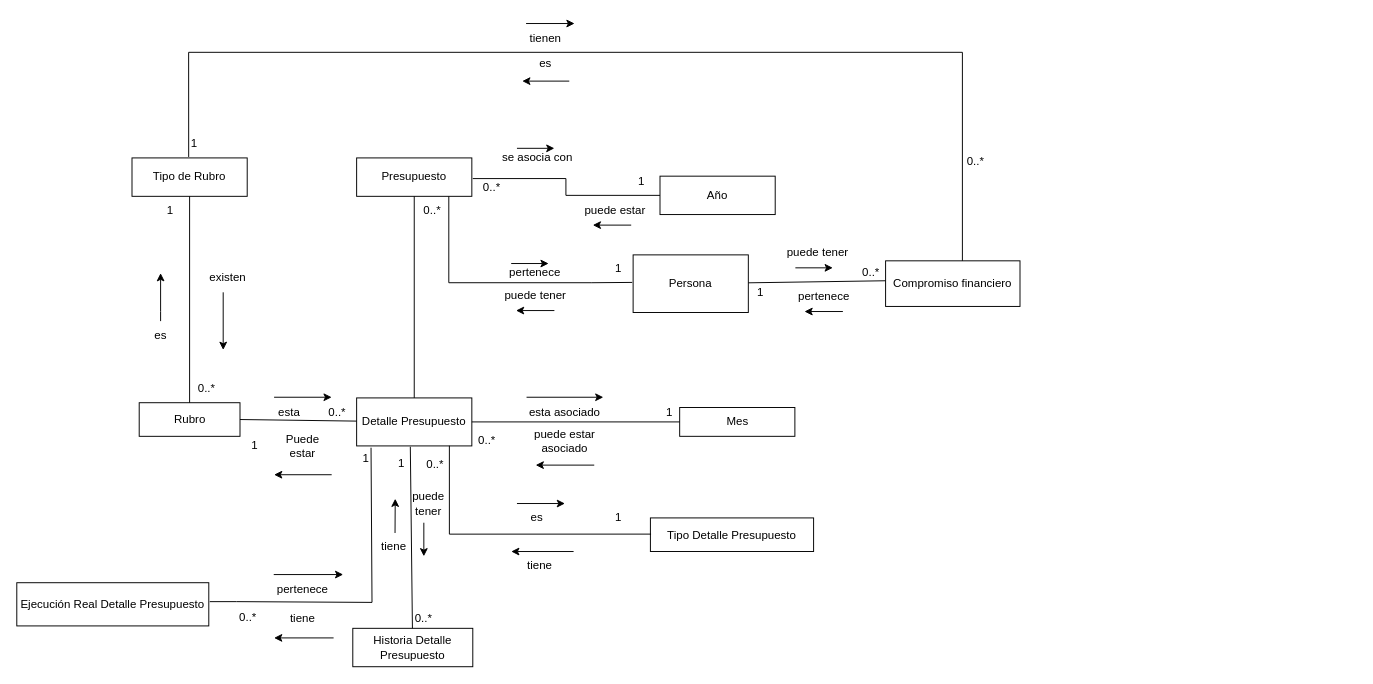
F3liP3L/Proyecto-Documentacion keeps this draw.io diagram as Clase/Modelado de dominio/Modelo anemico/DDD_ModeloAnemico.drawio. Above is the earlier version. Source tidied: cells renumbered, new cells numbered last; positions are measured from the earlier drawing's top-left corner, leaving out a move shared by most shapes. Both pictures are drawn from the tidied source at 96%, with x=0, y=0 at pixel (16, 23).
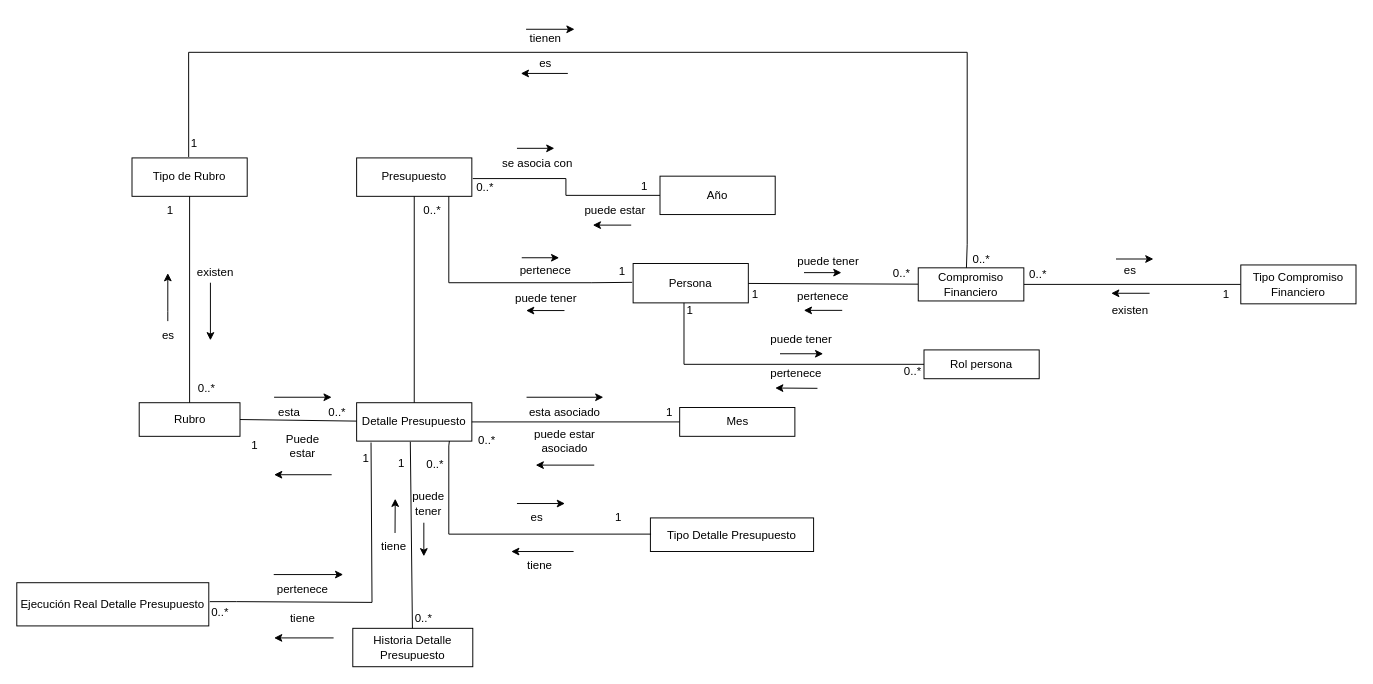
The same diagram, later.

Commit message (it also covers changes not shown here):
actualizando MD de clase y extra-clase mas modelo enriquecido clase

The change refers to these unchanged cells:
```xml
<mxCell id="2" value="Tipo de Rubro" style="rounded=0;whiteSpace=wrap;html=1;" parent="1" vertex="1">
  <mxGeometry x="120" y="140" width="120" height="40" as="geometry" />
</mxCell>
```

What changed in the source:
```diff
@@
     <mxCell id="4" value="Detalle Presupuesto" style="rounded=0;whiteSpace=wrap;html=1;" parent="1" vertex="1">
-      <mxGeometry x="354" y="390" width="120" height="50" as="geometry" />
+      <mxGeometry x="354" y="395" width="120" height="40" as="geometry" />
     </mxCell>
@@
+    <mxCell id="84" style="edgeStyle=none;rounded=0;jettySize=auto;html=1;entryX=0;entryY=0.5;entryDx=0;entryDy=0;entryPerimeter=0;startArrow=none;startFill=0;endArrow=none;endFill=0;" parent="1" edge="1" target="95">
+      <mxGeometry relative="1" as="geometry">
+        <mxPoint x="695" y="290" as="sourcePoint" />
+        <Array as="points">
+          <mxPoint x="695" y="355" />
+        </Array>
+      </mxGeometry>
+    </mxCell>
     <mxCell id="8" value="Persona" style="rounded=0;whiteSpace=wrap;html=1;" parent="1" vertex="1">
-      <mxGeometry x="642" y="241" width="120" height="60" as="geometry" />
+      <mxGeometry x="642" y="250" width="120" height="41" as="geometry" />
     </mxCell>
@@
     <mxCell id="16" style="endArrow=classic;html=1;rounded=0;" parent="1" edge="1">
       <mxGeometry relative="1" as="geometry">
-        <mxPoint x="215" y="280" as="sourcePoint" />
-        <mxPoint x="215" y="340" as="targetPoint" />
+        <mxPoint x="201.7" y="270" as="sourcePoint" />
+        <mxPoint x="201.7" y="330" as="targetPoint" />
       </mxGeometry>
     </mxCell>
     <mxCell id="17" value="existen" style="text;html=1;strokeColor=none;fillColor=none;align=center;verticalAlign=middle;whiteSpace=wrap;rounded=0;" parent="1" vertex="1">
-      <mxGeometry x="190" y="250" width="60" height="30" as="geometry" />
+      <mxGeometry x="181" y="247.2" width="52" height="24" as="geometry" />
     </mxCell>
     <mxCell id="18" value="es" style="text;html=1;strokeColor=none;fillColor=none;align=center;verticalAlign=middle;whiteSpace=wrap;rounded=0;" parent="1" vertex="1">
-      <mxGeometry x="120" y="310" width="60" height="30" as="geometry" />
+      <mxGeometry x="127.5" y="310" width="60" height="30" as="geometry" />
     </mxCell>
     <mxCell id="19" style="endArrow=classic;html=1;rounded=0;" parent="1" edge="1">
       <mxGeometry relative="1" as="geometry">
-        <mxPoint x="149.8" y="310" as="sourcePoint" />
-        <mxPoint x="149.8" y="260" as="targetPoint" />
+        <mxPoint x="157.3" y="310" as="sourcePoint" />
+        <mxPoint x="157.3" y="260" as="targetPoint" />
         <Array as="points">
-          <mxPoint x="149.8" y="300" />
+          <mxPoint x="157.3" y="300" />
         </Array>
       </mxGeometry>
     </mxCell>
@@
     <mxCell id="21" value="0..*" style="text;html=1;strokeColor=none;fillColor=none;align=center;verticalAlign=middle;whiteSpace=wrap;rounded=0;" parent="1" vertex="1">
-      <mxGeometry x="475" y="156.2" width="40" height="30" as="geometry" />
+      <mxGeometry x="468" y="156" width="40" height="30" as="geometry" />
     </mxCell>
     <mxCell id="22" value="1" style="text;html=1;strokeColor=none;fillColor=none;align=center;verticalAlign=middle;whiteSpace=wrap;rounded=0;" parent="1" vertex="1">
-      <mxGeometry x="621" y="150" width="60" height="30" as="geometry" />
+      <mxGeometry x="637" y="160" width="34" height="20" as="geometry" />
     </mxCell>
@@
     <mxCell id="38" value="1" style="text;html=1;strokeColor=none;fillColor=none;align=center;verticalAlign=middle;whiteSpace=wrap;rounded=0;" parent="1" vertex="1">
-      <mxGeometry x="612" y="240" width="30" height="30" as="geometry" />
+      <mxGeometry x="620" y="247.2" width="22" height="22" as="geometry" />
     </mxCell>
     <mxCell id="39" value="pertenece" style="text;html=1;strokeColor=none;fillColor=none;align=center;verticalAlign=middle;whiteSpace=wrap;rounded=0;" parent="1" vertex="1">
-      <mxGeometry x="510" y="250" width="60" height="20" as="geometry" />
+      <mxGeometry x="520.5" y="247.2" width="60" height="20" as="geometry" />
     </mxCell>
     <mxCell id="40" style="endArrow=classic;html=1;rounded=0;" parent="1" edge="1">
       <mxGeometry relative="1" as="geometry">
-        <mxPoint x="560" y="299" as="sourcePoint" />
-        <mxPoint x="520" y="299" as="targetPoint" />
+        <mxPoint x="570.5" y="299" as="sourcePoint" />
+        <mxPoint x="530.5" y="299" as="targetPoint" />
       </mxGeometry>
     </mxCell>
     <mxCell id="41" value="puede tener" style="text;html=1;strokeColor=none;fillColor=none;align=center;verticalAlign=middle;whiteSpace=wrap;rounded=0;" parent="1" vertex="1">
-      <mxGeometry x="499.5" y="272" width="81" height="22" as="geometry" />
+      <mxGeometry x="510.5" y="273" width="81" height="27" as="geometry" />
     </mxCell>
     <mxCell id="42" style="endArrow=classic;html=1;rounded=0;" parent="1" edge="1">
       <mxGeometry relative="1" as="geometry">
-        <mxPoint x="515" y="250" as="sourcePoint" />
-        <mxPoint x="554" y="250" as="targetPoint" />
+        <mxPoint x="526" y="244" as="sourcePoint" />
+        <mxPoint x="565" y="244" as="targetPoint" />
       </mxGeometry>
     </mxCell>
     <mxCell id="43" value="se asocia con" style="text;html=1;strokeColor=none;fillColor=none;align=center;verticalAlign=middle;whiteSpace=wrap;rounded=0;" parent="1" vertex="1">
-      <mxGeometry x="499.5" y="130" width="85" height="20" as="geometry" />
+      <mxGeometry x="499.5" y="136" width="85" height="20" as="geometry" />
     </mxCell>
@@
     <mxCell id="49" value="0..*" style="text;html=1;strokeColor=none;fillColor=none;align=center;verticalAlign=middle;whiteSpace=wrap;rounded=0;" parent="1" vertex="1">
-      <mxGeometry x="220" y="610" width="42" height="17" as="geometry" />
+      <mxGeometry x="191" y="605" width="42" height="17" as="geometry" />
     </mxCell>
@@
-    <mxCell id="69" value="Compromiso financiero" style="rounded=0;whiteSpace=wrap;html=1;" parent="1" vertex="1">
-      <mxGeometry x="905" y="247.2" width="140" height="47.5" as="geometry" />
-    </mxCell>
-    <mxCell id="70" style="endArrow=none;html=1;rounded=0;entryX=0;entryY=0.437;entryDx=0;entryDy=0;entryPerimeter=0;" parent="1" edge="1" source="8" target="69">
-      <mxGeometry relative="1" as="geometry" />
-    </mxCell>
-    <mxCell id="71" style="endArrow=none;html=1;rounded=0;exitX=0.492;exitY=-0.025;exitDx=0;exitDy=0;exitPerimeter=0;edgeStyle=orthogonalEdgeStyle;" parent="1" edge="1" source="2" target="69">
+    <mxCell id="71" style="endArrow=none;html=1;rounded=0;exitX=0.492;exitY=-0.025;exitDx=0;exitDy=0;exitPerimeter=0;edgeStyle=orthogonalEdgeStyle;entryX=0.456;entryY=0.024;entryDx=0;entryDy=0;entryPerimeter=0;" parent="1" edge="1" source="2" target="87">
       <mxGeometry relative="1" as="geometry">
         <Array as="points">
           <mxPoint x="179" y="30" />
-          <mxPoint x="985" y="30" />
+          <mxPoint x="990" y="30" />
+          <mxPoint x="990" y="230" />
         </Array>
       </mxGeometry>
     </mxCell>
     <mxCell id="72" value="0..*" style="text;html=1;strokeColor=none;fillColor=none;align=center;verticalAlign=middle;whiteSpace=wrap;rounded=0;" parent="1" vertex="1">
-      <mxGeometry x="984" y="129" width="30" height="30" as="geometry" />
+      <mxGeometry x="995" y="235.5" width="20" height="20" as="geometry" />
     </mxCell>
     <mxCell id="73" value="0..*" style="text;html=1;strokeColor=none;fillColor=none;align=center;verticalAlign=middle;whiteSpace=wrap;rounded=0;" parent="1" vertex="1">
-      <mxGeometry x="875" y="244" width="30" height="30" as="geometry" />
+      <mxGeometry x="907" y="252" width="30" height="18" as="geometry" />
     </mxCell>
     <mxCell id="74" value="1" style="text;html=1;strokeColor=none;fillColor=none;align=center;verticalAlign=middle;whiteSpace=wrap;rounded=0;" parent="1" vertex="1">
-      <mxGeometry x="760" y="264.8" width="30" height="30" as="geometry" />
+      <mxGeometry x="762" y="275" width="15" height="14.8" as="geometry" />
     </mxCell>
@@
     <mxCell id="78" style="endArrow=classic;html=1;rounded=0;" parent="1" edge="1">
       <mxGeometry relative="1" as="geometry">
-        <mxPoint x="530.5" as="sourcePoint" />
-        <mxPoint x="581" as="targetPoint" />
+        <mxPoint x="530.5" y="6" as="sourcePoint" />
+        <mxPoint x="581" y="6" as="targetPoint" />
       </mxGeometry>
     </mxCell>
     <mxCell id="79" style="endArrow=classic;html=1;rounded=0;" parent="1" edge="1">
       <mxGeometry relative="1" as="geometry">
-        <mxPoint x="575.5" y="60" as="sourcePoint" />
-        <mxPoint x="526.5" y="60" as="targetPoint" />
+        <mxPoint x="574" y="52" as="sourcePoint" />
+        <mxPoint x="525" y="52" as="targetPoint" />
       </mxGeometry>
     </mxCell>
     <mxCell id="80" value="pertenece" style="text;html=1;strokeColor=none;fillColor=none;align=center;verticalAlign=middle;whiteSpace=wrap;rounded=0;" parent="1" vertex="1">
-      <mxGeometry x="810.5" y="274" width="60" height="20" as="geometry" />
+      <mxGeometry x="809.8" y="276.5" width="60" height="15" as="geometry" />
     </mxCell>
     <mxCell id="81" style="endArrow=classic;html=1;rounded=0;" parent="1" edge="1">
       <mxGeometry relative="1" as="geometry">
-        <mxPoint x="860.5" y="300" as="sourcePoint" />
-        <mxPoint x="820.5" y="300" as="targetPoint" />
+        <mxPoint x="859.8" y="298.8" as="sourcePoint" />
+        <mxPoint x="819.8" y="298.8" as="targetPoint" />
       </mxGeometry>
     </mxCell>
     <mxCell id="82" value="puede tener" style="text;html=1;strokeColor=none;fillColor=none;align=center;verticalAlign=middle;whiteSpace=wrap;rounded=0;" parent="1" vertex="1">
-      <mxGeometry x="794" y="228" width="81" height="22" as="geometry" />
+      <mxGeometry x="809.8" y="240" width="70.5" height="15.5" as="geometry" />
     </mxCell>
     <mxCell id="83" style="endArrow=classic;html=1;rounded=0;" parent="1" edge="1">
       <mxGeometry relative="1" as="geometry">
-        <mxPoint x="811" y="254.5" as="sourcePoint" />
-        <mxPoint x="850" y="254.5" as="targetPoint" />
+        <mxPoint x="820" y="259.5" as="sourcePoint" />
+        <mxPoint x="859" y="259.5" as="targetPoint" />
       </mxGeometry>
     </mxCell>
+    <mxCell id="85" style="rounded=0;jettySize=auto;html=1;startArrow=none;startFill=0;endArrow=none;endFill=0;" parent="1" edge="1" source="87" target="8">
+      <mxGeometry relative="1" as="geometry" />
+    </mxCell>
+    <mxCell id="86" style="edgeStyle=none;rounded=0;jettySize=auto;html=1;startArrow=none;startFill=0;endArrow=none;endFill=0;" parent="1" edge="1" source="87" target="88">
+      <mxGeometry relative="1" as="geometry" />
+    </mxCell>
+    <mxCell id="87" value="Compromiso Financiero" style="rounded=0;whiteSpace=wrap;html=1;" parent="1" vertex="1">
+      <mxGeometry x="939" y="254.5" width="110" height="34.5" as="geometry" />
+    </mxCell>
+    <mxCell id="88" value="Tipo Compromiso Financiero" style="whiteSpace=wrap;html=1;rounded=0;" parent="1" vertex="1">
+      <mxGeometry x="1275" y="251.5" width="120" height="40.5" as="geometry" />
+    </mxCell>
+    <mxCell id="89" value="1" style="text;html=1;strokeColor=none;fillColor=none;align=center;verticalAlign=middle;whiteSpace=wrap;rounded=0;" parent="1" vertex="1">
+      <mxGeometry x="1245" y="272" width="30" height="20" as="geometry" />
+    </mxCell>
+    <mxCell id="90" value="0..*" style="text;html=1;strokeColor=none;fillColor=none;align=center;verticalAlign=middle;whiteSpace=wrap;rounded=0;" parent="1" vertex="1">
+      <mxGeometry x="1049" y="252" width="30" height="20" as="geometry" />
+    </mxCell>
+    <mxCell id="91" style="endArrow=classic;html=1;rounded=0;" parent="1" edge="1">
+      <mxGeometry relative="1" as="geometry">
+        <mxPoint x="1145" y="245.3" as="sourcePoint" />
+        <mxPoint x="1184" y="245.3" as="targetPoint" />
+      </mxGeometry>
+    </mxCell>
+    <mxCell id="92" value="es" style="text;html=1;strokeColor=none;fillColor=none;align=center;verticalAlign=middle;whiteSpace=wrap;rounded=0;" parent="1" vertex="1">
+      <mxGeometry x="1145" y="247.2" width="30" height="20" as="geometry" />
+    </mxCell>
+    <mxCell id="93" value="existen" style="text;html=1;strokeColor=none;fillColor=none;align=center;verticalAlign=middle;whiteSpace=wrap;rounded=0;" parent="1" vertex="1">
+      <mxGeometry x="1130" y="289" width="60" height="20" as="geometry" />
+    </mxCell>
+    <mxCell id="94" style="endArrow=classic;html=1;rounded=0;" parent="1" edge="1">
+      <mxGeometry relative="1" as="geometry">
+        <mxPoint x="1180" y="281" as="sourcePoint" />
+        <mxPoint x="1140" y="281" as="targetPoint" />
+      </mxGeometry>
+    </mxCell>
+    <mxCell id="95" value="Rol persona" style="rounded=0;whiteSpace=wrap;html=1;gradientColor=none;" parent="1" vertex="1">
+      <mxGeometry x="945" y="340" width="120" height="30" as="geometry" />
+    </mxCell>
+    <mxCell id="96" value="1" style="text;html=1;strokeColor=none;fillColor=none;align=center;verticalAlign=middle;whiteSpace=wrap;rounded=0;" parent="1" vertex="1">
+      <mxGeometry x="689.5" y="294" width="23" height="9.8" as="geometry" />
+    </mxCell>
+    <mxCell id="97" value="0..*" style="text;html=1;strokeColor=none;fillColor=none;align=center;verticalAlign=middle;whiteSpace=wrap;rounded=0;" parent="1" vertex="1">
+      <mxGeometry x="922" y="355.2" width="23" height="14.8" as="geometry" />
+    </mxCell>
+    <mxCell id="98" style="endArrow=classic;html=1;rounded=0;" parent="1" edge="1">
+      <mxGeometry relative="1" as="geometry">
+        <mxPoint x="795" y="344" as="sourcePoint" />
+        <mxPoint x="840" y="344" as="targetPoint" />
+      </mxGeometry>
+    </mxCell>
+    <mxCell id="99" value="puede tener" style="text;html=1;strokeColor=none;fillColor=none;align=center;verticalAlign=middle;whiteSpace=wrap;rounded=0;" parent="1" vertex="1">
+      <mxGeometry x="777" y="318" width="81" height="22" as="geometry" />
+    </mxCell>
+    <mxCell id="100" value="pertenece" style="text;html=1;strokeColor=none;fillColor=none;align=center;verticalAlign=middle;whiteSpace=wrap;rounded=0;" parent="1" vertex="1">
+      <mxGeometry x="782" y="355.2" width="60" height="20" as="geometry" />
+    </mxCell>
+    <mxCell id="101" style="endArrow=classic;html=1;rounded=0;" parent="1" edge="1">
+      <mxGeometry relative="1" as="geometry">
+        <mxPoint x="834" y="380" as="sourcePoint" />
+        <mxPoint x="790" y="379.7" as="targetPoint" />
+      </mxGeometry>
+    </mxCell>
```
